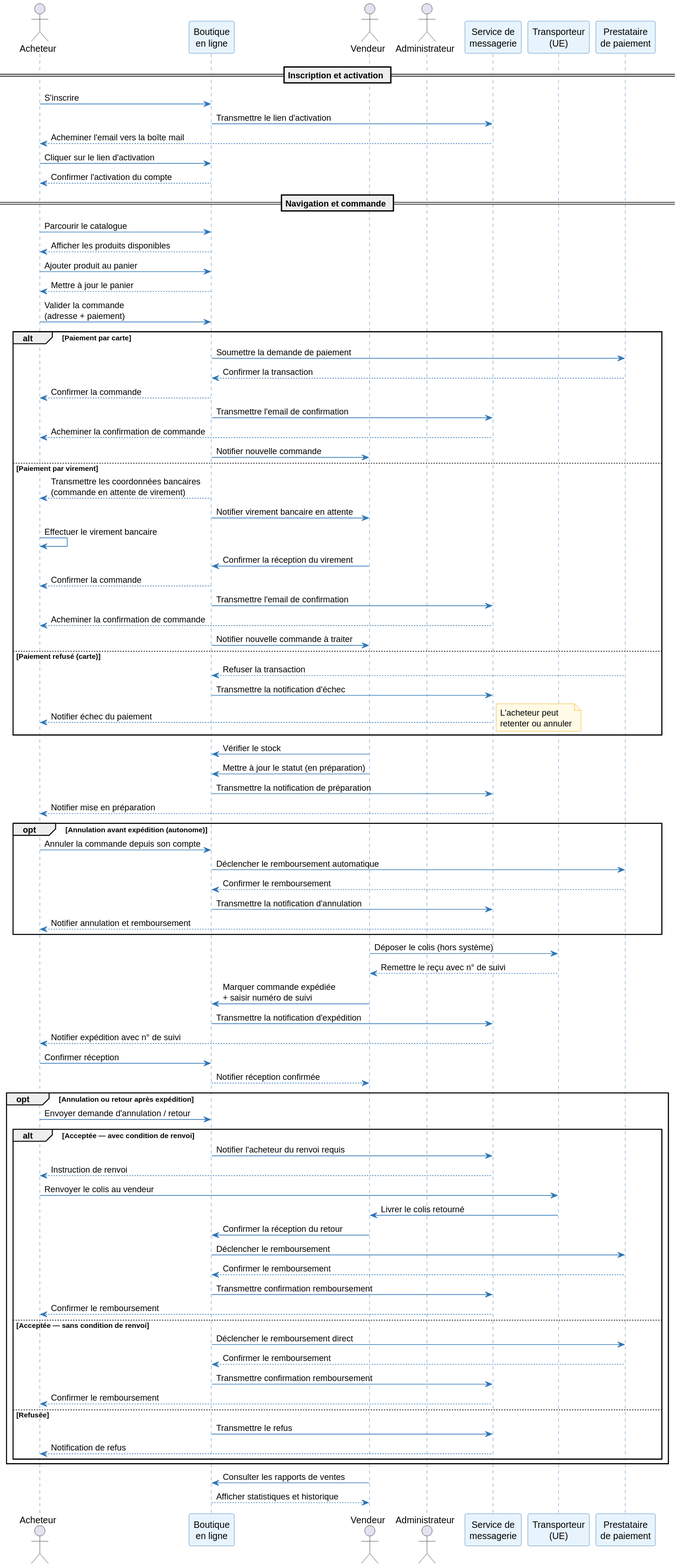
louistalvande/online_shop keeps this PlantUML diagram as architecture/01-operational-analysis/diagrams/oa-sequence.svg. Above is the earlier version.
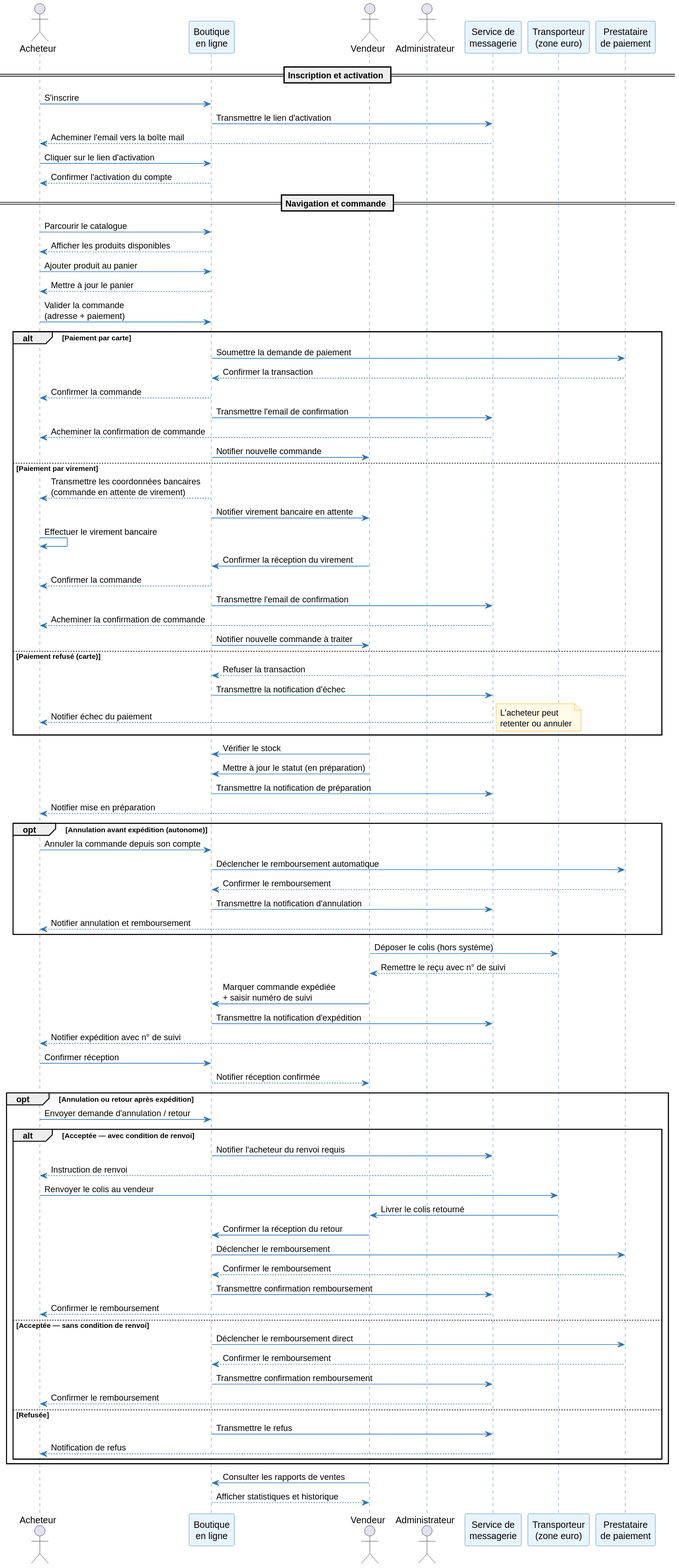
The same file after the commit.

The edit, as a diff of the source:
```diff
@@ -11,7 +11,7 @@
 actor Vendeur as Vendor
 actor Administrateur as Admin
 participant "Service de\nmessagerie" as Mail
-participant "Transporteur\n(UE)" as Carrier
+participant "Transporteur\n(zone euro)" as Carrier
 participant "Prestataire\nde paiement" as Payment
 
 == Inscription et activation ==
```
